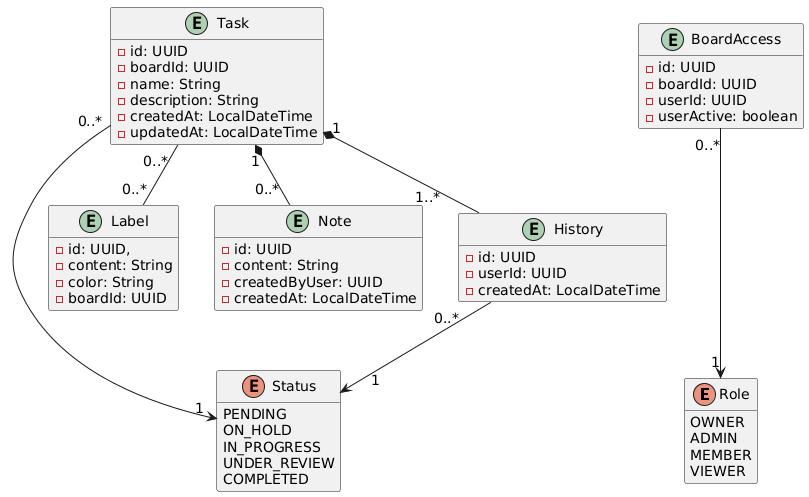
Before: assets/diagrama_workflow.png, a diagram exported from PlantUML (ArmandoEnrique1010K/TrelloMicroservices). Its diagram source:
```plantuml
@startuml
hide methods
skinparam ArrowFontSize 14


enum Role {
  OWNER
  ADMIN
  MEMBER
  VIEWER
}

entity BoardAccess {
  - id: UUID
  - boardId: UUID
  - userId: UUID
  - userActive: boolean
}




enum Status {
  PENDING
  ON_HOLD
  IN_PROGRESS
  UNDER_REVIEW
  COMPLETED
}

entity Task {
  - id: UUID
  - boardId: UUID
  - name: String
  - description: String
  - createdAt: LocalDateTime
  - updatedAt: LocalDateTime
}

entity Label {
  - id: UUID,
  - content: String
  - color: String
  - boardId: UUID
}

entity Note {
  - id: UUID
  - content: String
  - createdByUser: UUID
  - createdAt: LocalDateTime
}



entity History {
  - id: UUID
  - userId: UUID
  - createdAt: LocalDateTime
}


Task "0..* " -- "0..*" Label
Task "1" *-- "0..* " Note
Task "1" *-- "1..*     " History

BoardAccess "0..*" ---> "   1" Role
Task "0..*" -> "1 " Status
History " 0..*    " --> "     1  " Status
@enduml
```
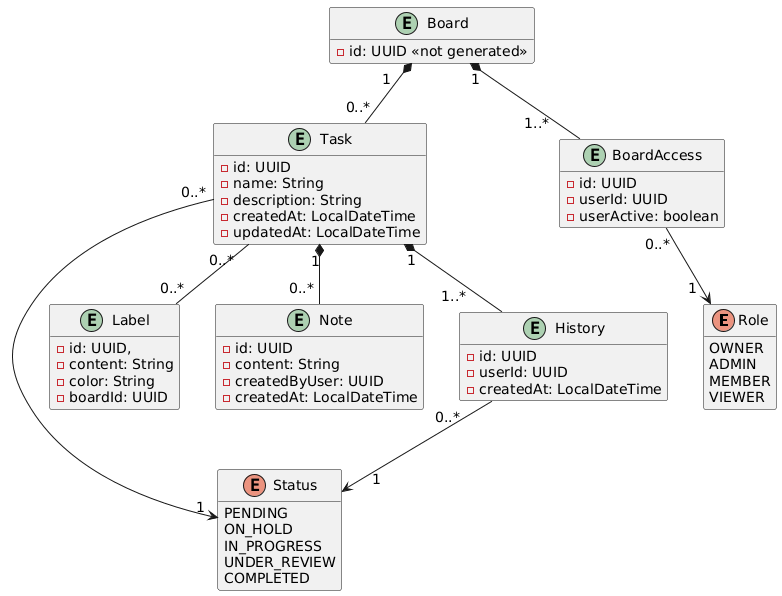
After the commit.

Change to the diagram source:
```diff
@@ -12,11 +12,14 @@
 
 entity BoardAccess {
   - id: UUID
-  - boardId: UUID
   - userId: UUID
   - userActive: boolean
 }
 
+
+entity Board {
+  - id: UUID <<not generated>>
+}
 
 
 
@@ -30,7 +33,6 @@
 
 entity Task {
   - id: UUID
-  - boardId: UUID
   - name: String
   - description: String
   - createdAt: LocalDateTime
@@ -64,7 +66,10 @@
 Task "1" *-- "0..* " Note
 Task "1" *-- "1..*     " History
 
-BoardAccess "0..*" ---> "   1" Role
 Task "0..*" -> "1 " Status
 History " 0..*    " --> "     1  " Status
+
+Board "1" *-- "1..*    " BoardAccess
+Board " 1   " *-- "0..*" Task
+BoardAccess "0..*" --> "1  " Role
 @enduml
```
